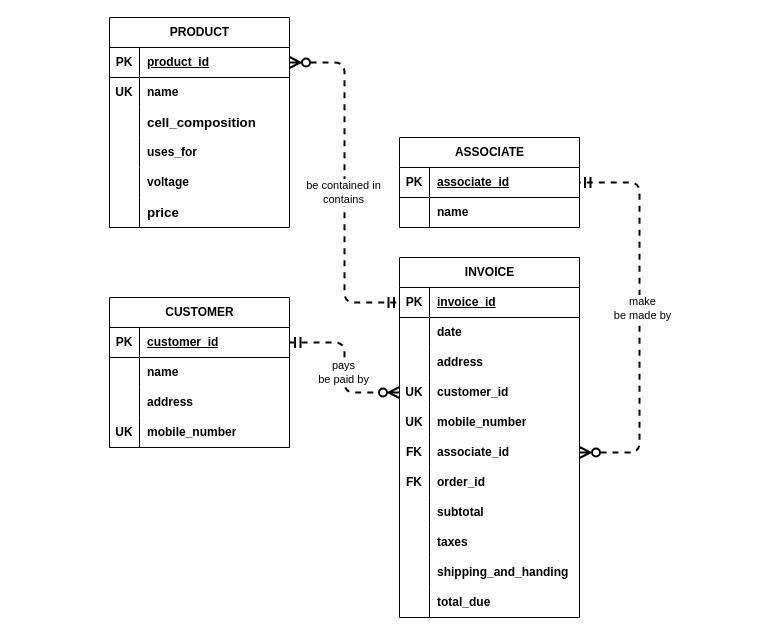
qichendev/assignments keeps this draw.io diagram as page "Page-2" (1 of 2) of relational-database-design/DB1.drawio. Above is the earlier version. Source tidied: cells renumbered, new cells numbered last; positions are measured from the earlier drawing's top-left corner, leaving out a move shared by most shapes. Both pictures are drawn from the tidied source at 100%, with x=0, y=0 at pixel (109, 17).
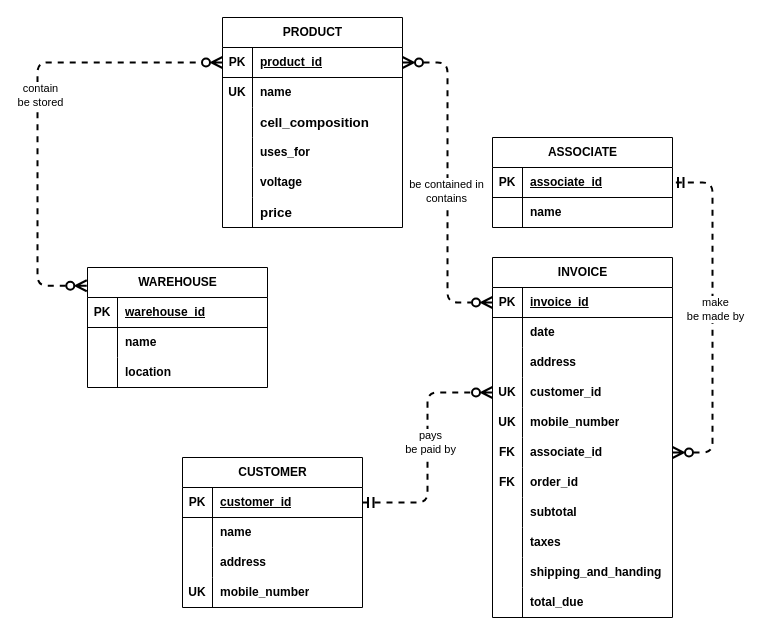
After the change.

Unchanged cells that the change refers to:
```xml
<mxCell id="16" style="shape=tableRow;horizontal=0;startSize=0;swimlaneHead=0;swimlaneBody=0;fillColor=none;points=[[0,0.5],[1,0.5]];portConstraint=eastwest;top=0;left=0;right=0;bottom=1;" parent="15" vertex="1">
  <mxGeometry y="30" width="180" height="30" as="geometry" />
</mxCell>
<mxCell id="31" style="shape=tableRow;horizontal=0;startSize=0;swimlaneHead=0;swimlaneBody=0;fillColor=none;points=[[0,0.5],[1,0.5]];portConstraint=eastwest;top=0;left=0;right=0;bottom=0;" parent="15" vertex="1">
  <mxGeometry y="180" width="180" height="30" as="geometry" />
</mxCell>
<mxCell id="50" style="shape=tableRow;horizontal=0;startSize=0;swimlaneHead=0;swimlaneBody=0;fillColor=none;points=[[0,0.5],[1,0.5]];portConstraint=eastwest;top=0;left=0;right=0;bottom=1;" parent="49" vertex="1">
  <mxGeometry y="30" width="180" height="30" as="geometry" />
</mxCell>
<mxCell id="63" style="shape=tableRow;horizontal=0;startSize=0;swimlaneHead=0;swimlaneBody=0;fillColor=none;points=[[0,0.5],[1,0.5]];portConstraint=eastwest;top=0;left=0;right=0;bottom=1;" parent="62" vertex="1">
  <mxGeometry y="30" width="180" height="30" as="geometry" />
</mxCell>
```

Change to the diagram source:
```diff
@@
     <mxCell id="2" value="CUSTOMER" style="shape=table;startSize=30;childLayout=tableLayout;rowLines=0;fontStyle=1;align=center;html=1;" parent="1" vertex="1">
-      <mxGeometry y="280" width="180" height="150" as="geometry" />
+      <mxGeometry x="73" y="440" width="180" height="150" as="geometry" />
     </mxCell>
@@
     <mxCell id="15" value="INVOICE" style="shape=table;startSize=30;childLayout=tableLayout;rowLines=0;fontStyle=1;align=center;html=1;" parent="1" vertex="1">
-      <mxGeometry x="290" y="240" width="180" height="360" as="geometry" />
+      <mxGeometry x="383" y="240" width="180" height="360" as="geometry" />
     </mxCell>
@@
     <mxCell id="49" value="ASSOCIATE" style="shape=table;startSize=30;childLayout=tableLayout;rowLines=0;fontStyle=1;align=center;html=1;" parent="1" vertex="1">
-      <mxGeometry x="290" y="120" width="180" height="90" as="geometry" />
+      <mxGeometry x="383" y="120" width="180" height="90" as="geometry" />
     </mxCell>
@@
-    <mxCell id="56" style="edgeStyle=elbowEdgeStyle;fontSize=12;html=1;endArrow=ERmandOne;startArrow=ERzeroToMany;rounded=1;endSize=8;startSize=8;strokeWidth=2;dashed=1;jumpStyle=none;curved=0;startFill=0;endFill=0;entryX=0;entryY=0.5;entryDx=0;entryDy=0;exitX=1;exitY=0.5;exitDx=0;exitDy=0;" parent="1" edge="1" source="63" target="16">
+    <mxCell id="56" style="edgeStyle=elbowEdgeStyle;fontSize=12;html=1;endArrow=ERzeroToMany;startArrow=ERzeroToMany;rounded=1;endSize=8;startSize=8;strokeWidth=2;dashed=1;jumpStyle=none;curved=0;startFill=0;endFill=0;entryX=0;entryY=0.5;entryDx=0;entryDy=0;exitX=1;exitY=0.5;exitDx=0;exitDy=0;" parent="1" edge="1" source="63" target="16">
       <mxGeometry relative="1" as="geometry" />
     </mxCell>
@@
     <mxCell id="60" style="edgeStyle=elbowEdgeStyle;fontSize=12;html=1;endArrow=ERmandOne;startArrow=ERzeroToMany;rounded=1;endSize=8;startSize=8;strokeWidth=2;dashed=1;jumpStyle=none;curved=0;startFill=0;endFill=0;exitX=1;exitY=0.5;exitDx=0;exitDy=0;entryX=1;entryY=0.5;entryDx=0;entryDy=0;" parent="1" edge="1" source="31" target="50">
       <mxGeometry relative="1" as="geometry">
         <Array as="points">
-          <mxPoint x="530" y="280" />
+          <mxPoint x="603" y="280" />
         </Array>
       </mxGeometry>
     </mxCell>
@@
     <mxCell id="62" value="PRODUCT" style="shape=table;startSize=30;childLayout=tableLayout;rowLines=0;fontStyle=1;align=center;html=1;" parent="1" vertex="1">
-      <mxGeometry width="180" height="210" as="geometry" />
+      <mxGeometry x="113" width="180" height="210" as="geometry" />
     </mxCell>
@@
+    <mxCell id="81" value="WAREHOUSE" style="shape=table;startSize=30;childLayout=tableLayout;rowLines=0;fontStyle=1;align=center;html=1;" parent="1" vertex="1">
+      <mxGeometry x="-22" y="250" width="180" height="120" as="geometry" />
+    </mxCell>
+    <mxCell id="82" style="shape=tableRow;horizontal=0;startSize=0;swimlaneHead=0;swimlaneBody=0;fillColor=none;top=0;left=0;right=0;bottom=1;" parent="81" vertex="1">
+      <mxGeometry y="30" width="180" height="30" as="geometry" />
+    </mxCell>
+    <mxCell id="83" value="PK" style="shape=partialRectangle;fillColor=none;top=0;left=0;bottom=0;right=0;fontStyle=1;overflow=hidden;whiteSpace=wrap;html=1;" parent="82" vertex="1">
+      <mxGeometry width="30" height="30" as="geometry" />
+    </mxCell>
+    <mxCell id="84" value="warehouse_id" style="shape=partialRectangle;fillColor=none;top=0;left=0;bottom=0;right=0;align=left;spacingLeft=6;fontStyle=5;overflow=hidden;whiteSpace=wrap;html=1;" parent="82" vertex="1">
+      <mxGeometry x="30" width="150" height="30" as="geometry" />
+    </mxCell>
+    <mxCell id="85" style="shape=tableRow;horizontal=0;startSize=0;swimlaneHead=0;swimlaneBody=0;fillColor=none;top=0;left=0;right=0;bottom=0;" parent="81" vertex="1">
+      <mxGeometry y="60" width="180" height="30" as="geometry" />
+    </mxCell>
+    <mxCell id="86" style="shape=partialRectangle;fillColor=none;top=0;left=0;bottom=0;right=0;overflow=hidden;whiteSpace=wrap;html=1;fontStyle=1;" parent="85" vertex="1">
+      <mxGeometry width="30" height="30" as="geometry" />
+    </mxCell>
+    <mxCell id="87" value="name" style="shape=partialRectangle;fillColor=none;top=0;left=0;bottom=0;right=0;align=left;spacingLeft=6;overflow=hidden;whiteSpace=wrap;html=1;fontStyle=1;" parent="85" vertex="1">
+      <mxGeometry x="30" width="150" height="30" as="geometry" />
+    </mxCell>
+    <mxCell id="88" style="shape=tableRow;horizontal=0;startSize=0;swimlaneHead=0;swimlaneBody=0;fillColor=none;top=0;left=0;right=0;bottom=0;" parent="81" vertex="1">
+      <mxGeometry y="90" width="180" height="30" as="geometry" />
+    </mxCell>
+    <mxCell id="89" style="shape=partialRectangle;fillColor=none;top=0;left=0;bottom=0;right=0;overflow=hidden;whiteSpace=wrap;html=1;fontStyle=0;" parent="88" vertex="1">
+      <mxGeometry width="30" height="30" as="geometry" />
+    </mxCell>
+    <mxCell id="90" value="location" style="shape=partialRectangle;fillColor=none;top=0;left=0;bottom=0;right=0;align=left;spacingLeft=6;overflow=hidden;whiteSpace=wrap;html=1;fontStyle=1;" parent="88" vertex="1">
+      <mxGeometry x="30" width="150" height="30" as="geometry" />
+    </mxCell>
+    <mxCell id="91" style="edgeStyle=elbowEdgeStyle;fontSize=12;html=1;endArrow=ERzeroToMany;startArrow=ERzeroToMany;rounded=1;endSize=8;startSize=8;strokeWidth=2;dashed=1;jumpStyle=none;curved=0;startFill=0;endFill=0;entryX=0;entryY=0.5;entryDx=0;entryDy=0;exitX=-0.004;exitY=0.152;exitDx=0;exitDy=0;exitPerimeter=0;" parent="1" edge="1" source="81" target="63">
+      <mxGeometry relative="1" as="geometry">
+        <Array as="points">
+          <mxPoint x="-72" y="160" />
+        </Array>
+      </mxGeometry>
+    </mxCell>
+    <mxCell id="92" value="contain&lt;div&gt;be stored&lt;/div&gt;" style="edgeLabel;html=1;align=center;verticalAlign=middle;" parent="91" vertex="1">
+      <mxGeometry x="0.05" y="-2" relative="1" as="geometry" />
+    </mxCell>
```
